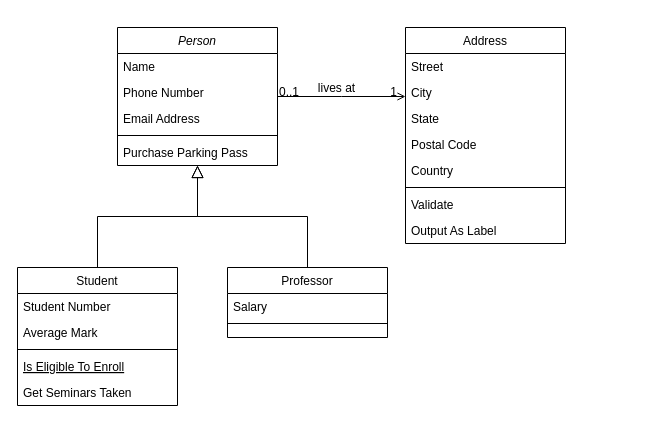
This is app/Excel Diagram.drawio from Toan1223/TestCoroutines, a draw.io file, before an edit. Source tidied: cells renumbered, new cells numbered last; positions are measured from the earlier drawing's top-left corner, leaving out a move shared by most shapes. Both pictures are drawn from the tidied source at 100%, with x=0, y=0 at pixel (17, 27).
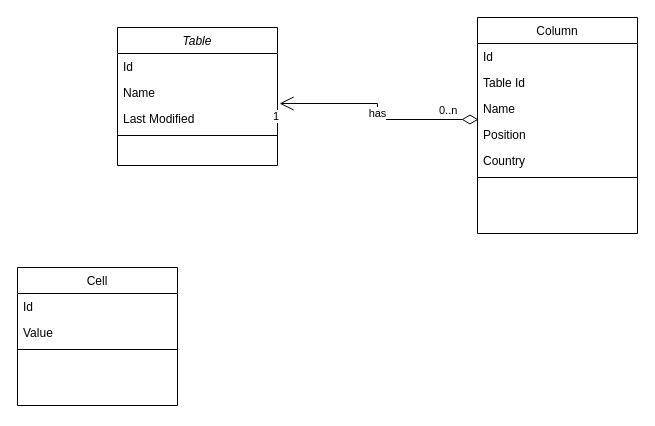
The same diagram, later.

Diff of the diagram source:
```diff
@@
-    <mxCell id="2" value="Person" style="swimlane;fontStyle=2;align=center;verticalAlign=top;horizontal=1;startSize=26;rounded=0;shadow=0;strokeWidth=1;" parent="1" vertex="1">
+    <mxCell id="2" value="Table" style="swimlane;fontStyle=2;align=center;verticalAlign=top;horizontal=1;startSize=26;rounded=0;shadow=0;strokeWidth=1;" parent="1" vertex="1">
       <mxGeometry x="100" width="160" height="138" as="geometry" />
     </mxCell>
+    <mxCell id="5" value="Id" style="text;align=left;verticalAlign=top;spacingLeft=4;spacingRight=4;overflow=hidden;rounded=0;shadow=0;html=0;" parent="2" vertex="1">
+      <mxGeometry y="26" width="160" height="26" as="geometry" />
+    </mxCell>
     <mxCell id="3" value="Name" style="text;align=left;verticalAlign=top;spacingLeft=4;spacingRight=4;overflow=hidden;" parent="2" vertex="1">
-      <mxGeometry y="26" width="160" height="26" as="geometry" />
+      <mxGeometry y="52" width="160" height="26" as="geometry" />
     </mxCell>
-    <mxCell id="4" value="Phone Number" style="text;align=left;verticalAlign=top;spacingLeft=4;spacingRight=4;overflow=hidden;points=[[0,0.5],[1,0.5]];portConstraint=eastwest;rounded=0;shadow=0;html=0;" parent="2" vertex="1">
-      <mxGeometry y="52" width="160" height="26" as="geometry" />
+    <mxCell id="4" value="Last Modified" style="text;align=left;verticalAlign=top;spacingLeft=4;spacingRight=4;overflow=hidden;points=[[0,0.5],[1,0.5]];portConstraint=eastwest;rounded=0;shadow=0;html=0;" parent="2" vertex="1">
+      <mxGeometry y="78" width="160" height="26" as="geometry" />
     </mxCell>
-    <mxCell id="5" value="Email Address" style="text;align=left;verticalAlign=top;spacingLeft=4;spacingRight=4;overflow=hidden;rounded=0;shadow=0;html=0;" parent="2" vertex="1">
-      <mxGeometry y="78" width="160" height="26" as="geometry" />
-    </mxCell>
@@
-    <mxCell id="7" value="Purchase Parking Pass" style="text;align=left;verticalAlign=top;spacingLeft=4;spacingRight=4;overflow=hidden;" parent="2" vertex="1">
-      <mxGeometry y="112" width="160" height="26" as="geometry" />
-    </mxCell>
-    <mxCell id="8" value="Student" style="swimlane;fontStyle=0;align=center;verticalAlign=top;horizontal=1;startSize=26;rounded=0;shadow=0;strokeWidth=1;" parent="1" vertex="1">
+    <mxCell id="8" value="Cell" style="swimlane;fontStyle=0;align=center;verticalAlign=top;horizontal=1;startSize=26;rounded=0;shadow=0;strokeWidth=1;" parent="1" vertex="1">
       <mxGeometry y="240" width="160" height="138" as="geometry" />
     </mxCell>
-    <mxCell id="9" value="Student Number" style="text;align=left;verticalAlign=top;spacingLeft=4;spacingRight=4;overflow=hidden;" parent="8" vertex="1">
+    <mxCell id="9" value="Id" style="text;align=left;verticalAlign=top;spacingLeft=4;spacingRight=4;overflow=hidden;" parent="8" vertex="1">
       <mxGeometry y="26" width="160" height="26" as="geometry" />
     </mxCell>
-    <mxCell id="10" value="Average Mark" style="text;align=left;verticalAlign=top;spacingLeft=4;spacingRight=4;overflow=hidden;rounded=0;shadow=0;html=0;" parent="8" vertex="1">
+    <mxCell id="10" value="Value" style="text;align=left;verticalAlign=top;spacingLeft=4;spacingRight=4;overflow=hidden;rounded=0;shadow=0;html=0;" parent="8" vertex="1">
       <mxGeometry y="52" width="160" height="26" as="geometry" />
     </mxCell>
@@
-    <mxCell id="12" value="Is Eligible To Enroll" style="text;align=left;verticalAlign=top;spacingLeft=4;spacingRight=4;overflow=hidden;fontStyle=4;" parent="8" vertex="1">
-      <mxGeometry y="86" width="160" height="26" as="geometry" />
-    </mxCell>
-    <mxCell id="13" value="Get Seminars Taken" style="text;align=left;verticalAlign=top;spacingLeft=4;spacingRight=4;overflow=hidden;" parent="8" vertex="1">
-      <mxGeometry y="112" width="160" height="26" as="geometry" />
-    </mxCell>
-    <mxCell id="14" style="endArrow=block;endSize=10;endFill=0;shadow=0;strokeWidth=1;rounded=0;curved=0;edgeStyle=elbowEdgeStyle;elbow=vertical;" parent="1" edge="1" source="8" target="2">
-      <mxGeometry relative="1" as="geometry" />
-    </mxCell>
-    <mxCell id="15" value="Professor" style="swimlane;fontStyle=0;align=center;verticalAlign=top;horizontal=1;startSize=26;rounded=0;shadow=0;strokeWidth=1;" parent="1" vertex="1">
-      <mxGeometry x="210" y="240" width="160" height="70" as="geometry" />
-    </mxCell>
-    <mxCell id="16" value="Salary" style="text;align=left;verticalAlign=top;spacingLeft=4;spacingRight=4;overflow=hidden;" parent="15" vertex="1">
-      <mxGeometry y="26" width="160" height="26" as="geometry" />
-    </mxCell>
-    <mxCell id="17" style="line;html=1;strokeWidth=1;align=left;verticalAlign=middle;spacingTop=-1;spacingLeft=3;spacingRight=3;labelPosition=right;" parent="15" vertex="1">
-      <mxGeometry y="52" width="160" height="8" as="geometry" />
-    </mxCell>
-    <mxCell id="18" style="endArrow=block;endSize=10;endFill=0;shadow=0;strokeWidth=1;rounded=0;curved=0;edgeStyle=elbowEdgeStyle;elbow=vertical;" parent="1" edge="1" source="15" target="2">
-      <mxGeometry relative="1" as="geometry" />
-    </mxCell>
-    <mxCell id="19" value="Address" style="swimlane;fontStyle=0;align=center;verticalAlign=top;horizontal=1;startSize=26;rounded=0;shadow=0;strokeWidth=1;" parent="1" vertex="1">
-      <mxGeometry x="388" width="160" height="216" as="geometry" />
+    <mxCell id="19" value="Column" style="swimlane;fontStyle=0;align=center;verticalAlign=top;horizontal=1;startSize=26;rounded=0;shadow=0;strokeWidth=1;" parent="1" vertex="1">
+      <mxGeometry x="460" y="-10" width="160" height="216" as="geometry" />
     </mxCell>
-    <mxCell id="20" value="Street" style="text;align=left;verticalAlign=top;spacingLeft=4;spacingRight=4;overflow=hidden;" parent="19" vertex="1">
+    <mxCell id="20" value="Id" style="text;align=left;verticalAlign=top;spacingLeft=4;spacingRight=4;overflow=hidden;" parent="19" vertex="1">
       <mxGeometry y="26" width="160" height="26" as="geometry" />
     </mxCell>
-    <mxCell id="21" value="City" style="text;align=left;verticalAlign=top;spacingLeft=4;spacingRight=4;overflow=hidden;rounded=0;shadow=0;html=0;" parent="19" vertex="1">
+    <mxCell id="21" value="Table Id" style="text;align=left;verticalAlign=top;spacingLeft=4;spacingRight=4;overflow=hidden;rounded=0;shadow=0;html=0;" parent="19" vertex="1">
       <mxGeometry y="52" width="160" height="26" as="geometry" />
     </mxCell>
-    <mxCell id="22" value="State" style="text;align=left;verticalAlign=top;spacingLeft=4;spacingRight=4;overflow=hidden;rounded=0;shadow=0;html=0;" parent="19" vertex="1">
+    <mxCell id="22" value="Name" style="text;align=left;verticalAlign=top;spacingLeft=4;spacingRight=4;overflow=hidden;rounded=0;shadow=0;html=0;" parent="19" vertex="1">
       <mxGeometry y="78" width="160" height="26" as="geometry" />
     </mxCell>
-    <mxCell id="23" value="Postal Code" style="text;align=left;verticalAlign=top;spacingLeft=4;spacingRight=4;overflow=hidden;points=[[0,0.5],[1,0.5]];portConstraint=eastwest;rounded=0;shadow=0;html=0;" parent="19" vertex="1">
+    <mxCell id="23" value="Position" style="text;align=left;verticalAlign=top;spacingLeft=4;spacingRight=4;overflow=hidden;points=[[0,0.5],[1,0.5]];portConstraint=eastwest;rounded=0;shadow=0;html=0;" parent="19" vertex="1">
       <mxGeometry y="104" width="160" height="26" as="geometry" />
     </mxCell>
@@
-    <mxCell id="26" value="Validate" style="text;align=left;verticalAlign=top;spacingLeft=4;spacingRight=4;overflow=hidden;" parent="19" vertex="1">
-      <mxGeometry y="164" width="160" height="26" as="geometry" />
-    </mxCell>
-    <mxCell id="27" value="Output As Label" style="text;align=left;verticalAlign=top;spacingLeft=4;spacingRight=4;overflow=hidden;" parent="19" vertex="1">
-      <mxGeometry y="190" width="160" height="26" as="geometry" />
-    </mxCell>
-    <mxCell id="28" style="endArrow=open;shadow=0;strokeWidth=1;rounded=0;curved=0;endFill=1;edgeStyle=elbowEdgeStyle;elbow=vertical;" parent="1" edge="1" source="2" target="19">
-      <mxGeometry x="0.5" y="41" relative="1" as="geometry">
-        <mxPoint x="-40" y="32" as="offset" />
-      </mxGeometry>
-    </mxCell>
-    <mxCell id="29" value="0..1" style="align=left;verticalAlign=bottom;labelBackgroundColor=none;fontSize=12;" parent="28" vertex="1">
-      <mxGeometry x="-1" relative="1" as="geometry">
-        <mxPoint y="4" as="offset" />
-      </mxGeometry>
-    </mxCell>
+    <mxCell id="32" value="has" style="endArrow=open;html=1;endSize=12;startArrow=diamondThin;startSize=14;startFill=0;edgeStyle=orthogonalEdgeStyle;rounded=0;entryX=1.013;entryY=-0.077;entryDx=0;entryDy=0;entryPerimeter=0;exitX=0.006;exitY=-0.077;exitDx=0;exitDy=0;exitPerimeter=0;" parent="1" edge="1" source="23" target="4">
+      <mxGeometry relative="1" as="geometry" />
+    </mxCell>
+    <mxCell id="33" value="0..n" style="edgeLabel;html=1;align=left;verticalAlign=top;" parent="32" vertex="1">
+      <mxGeometry x="-1" relative="1" as="geometry">
+        <mxPoint x="-41" y="-22" as="offset" />
+      </mxGeometry>
+    </mxCell>
-    <mxCell id="30" value="1" style="align=right;verticalAlign=bottom;labelBackgroundColor=none;fontSize=12;" parent="28" vertex="1">
-      <mxGeometry x="1" relative="1" as="geometry">
-        <mxPoint x="-7" y="4" as="offset" />
-      </mxGeometry>
+    <mxCell id="30" value="1" style="edgeLabel;html=1;align=right;verticalAlign=top;" parent="32" vertex="1">
+      <mxGeometry x="1" relative="1" as="geometry" />
     </mxCell>
-    <mxCell id="31" value="lives at" style="text;html=1;align=center;verticalAlign=middle;labelBackgroundColor=none;rounded=0;shadow=0;strokeWidth=1;fontSize=12;" parent="28" vertex="1">
-      <mxGeometry x="0.5" y="49" relative="1" as="geometry">
-        <mxPoint x="-38" y="40" as="offset" />
-      </mxGeometry>
-    </mxCell>
```
